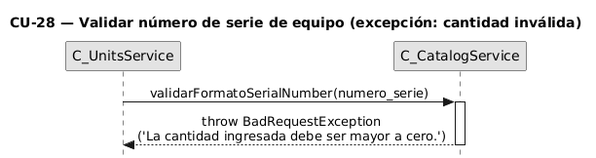
This is diagramas-secuencia/CU28/CU28-exc-cantidad-invalida.png from FSM-Finet-y-Cable-Magico/Team_1-Inventario-y-Bodega, a PlantUML export, as it was before one commit. Its diagram source:
```plantuml
@startuml
title CU-28 — Validar número de serie de equipo (excepción: cantidad inválida)

skinparam style strictuml
skinparam monochrome true
skinparam shadowing false
skinparam sequenceMessageAlign center
skinparam sequence {
  MessageAlign center
  LifeLineBorderColor black
}
hide footbox

participant "C_UnitsService" as units
participant "C_CatalogService" as catalog

units -> catalog : validarFormatoSerialNumber(numero_serie)
activate catalog

catalog --> units : throw BadRequestException\n('La cantidad ingresada debe ser mayor a cero.')
deactivate catalog
@enduml
```
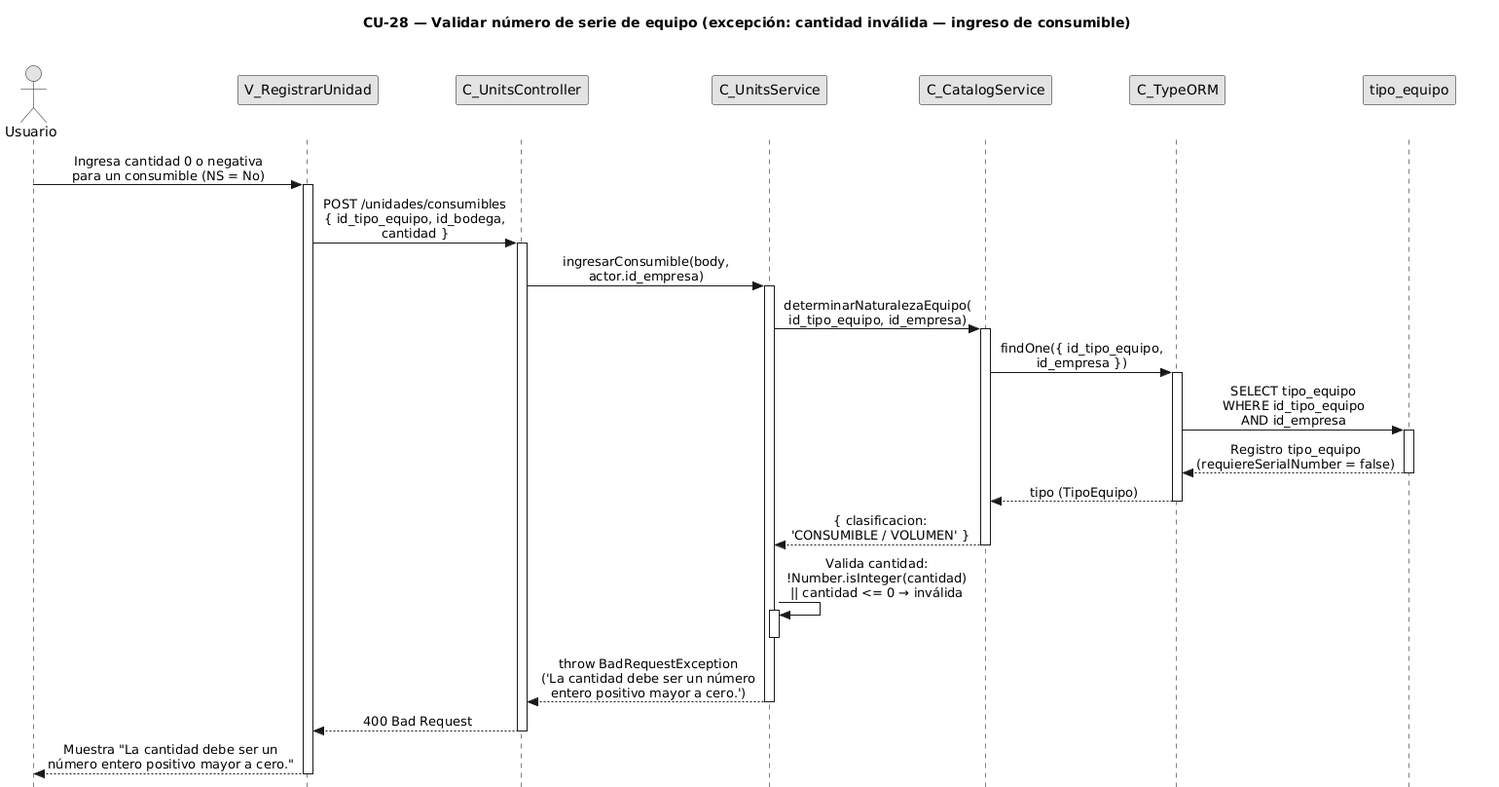
After the commit.

The edit, as a diff of the source:
```diff
@@ -1,22 +1,71 @@
-@startuml
-title CU-28 — Validar número de serie de equipo (excepción: cantidad inválida)
+@startuml CU28-exc-cantidad-invalida
+title CU-28 — Validar número de serie de equipo (excepción: cantidad inválida — ingreso de consumible)
 
 skinparam style strictuml
 skinparam monochrome true
 skinparam shadowing false
 skinparam sequenceMessageAlign center
+<style>
+sequenceDiagram {
+  participant {
+    Margin 35
+  }
+  actor {
+    Margin 15
+  }
+}
+</style>
 skinparam sequence {
   MessageAlign center
   LifeLineBorderColor black
 }
 hide footbox
 
+actor "Usuario" as user
+participant "V_RegistrarUnidad" as view
+participant "C_UnitsController" as ctrl
 participant "C_UnitsService" as units
 participant "C_CatalogService" as catalog
+participant "C_TypeORM" as orm
+participant "tipo_equipo" as tent
 
-units -> catalog : validarFormatoSerialNumber(numero_serie)
+user -> view : Ingresa cantidad 0 o negativa\npara un consumible (NS = No)
+activate view
+
+view -> ctrl : POST /unidades/consumibles\n{ id_tipo_equipo, id_bodega,\ncantidad }
+activate ctrl
+
+ctrl -> units : ingresarConsumible(body,\nactor.id_empresa)
+activate units
+
+units -> catalog : determinarNaturalezaEquipo(\nid_tipo_equipo, id_empresa)
 activate catalog
 
-catalog --> units : throw BadRequestException\n('La cantidad ingresada debe ser mayor a cero.')
+catalog -> orm : findOne({ id_tipo_equipo,\nid_empresa })
+activate orm
+
+orm -> tent : SELECT tipo_equipo\nWHERE id_tipo_equipo\nAND id_empresa
+activate tent
+tent --> orm : Registro tipo_equipo\n(requiereSerialNumber = false)
+deactivate tent
+
+orm --> catalog : tipo (TipoEquipo)
+deactivate orm
+
+catalog --> units : { clasificacion:\n'CONSUMIBLE / VOLUMEN' }
 deactivate catalog
+
+units -> units : Valida cantidad:\n!Number.isInteger(cantidad)\n|| cantidad <= 0 → inválida
+activate units
+deactivate units
+
+units --> ctrl : throw BadRequestException\n('La cantidad debe ser un número\nentero positivo mayor a cero.')
+deactivate units
+
+ctrl --> view : 400 Bad Request
+deactivate ctrl
+
+view --> user : Muestra "La cantidad debe ser un\nnúmero entero positivo mayor a cero."
+deactivate view
+
 @enduml
```
